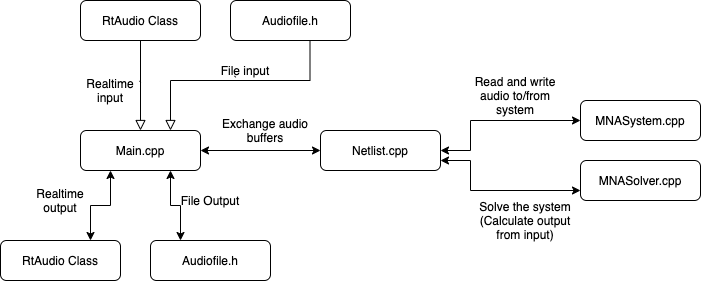
Earlier version of the draw.io export CSD2c/AudioFlow.png (timothyschoen/CSD2). Source tidied: cells renumbered, new cells last; positions are measured from the earlier drawing's top-left corner, leaving out a move shared by most shapes.
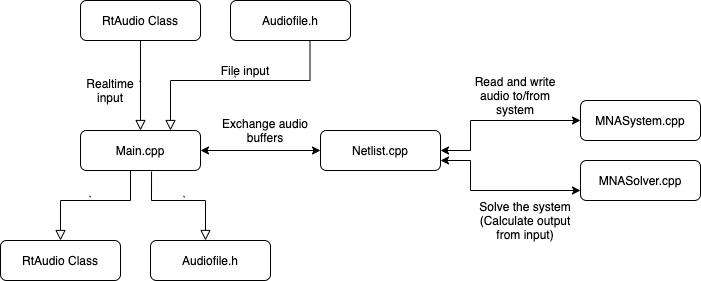
The same diagram one commit later.

Diff of the diagram source:
```diff
@@ -8,12 +8,6 @@
     <mxCell id="3" value="RtAudio Class" style="rounded=1;whiteSpace=wrap;html=1;fontSize=12;glass=0;strokeWidth=1;shadow=0;" parent="1" vertex="1">
       <mxGeometry x="80" width="120" height="40" as="geometry" />
     </mxCell>
-    <mxCell id="4" style="edgeStyle=orthogonalEdgeStyle;rounded=0;jettySize=auto;html=1;exitX=0.25;exitY=1;exitDx=0;exitDy=0;entryX=0.75;entryY=0;entryDx=0;entryDy=0;startArrow=classic;startFill=1;" parent="1" edge="1" source="6" target="9">
-      <mxGeometry relative="1" as="geometry" />
-    </mxCell>
-    <mxCell id="5" style="edgeStyle=orthogonalEdgeStyle;rounded=0;jettySize=auto;html=1;exitX=0.75;exitY=1;exitDx=0;exitDy=0;entryX=0.25;entryY=0;entryDx=0;entryDy=0;startArrow=classic;startFill=1;" parent="1" edge="1" source="6" target="10">
-      <mxGeometry relative="1" as="geometry" />
-    </mxCell>
     <mxCell id="6" value="Main.cpp" style="rounded=1;whiteSpace=wrap;html=1;fontSize=12;glass=0;strokeWidth=1;shadow=0;" parent="1" vertex="1">
       <mxGeometry x="80" y="130" width="120" height="40" as="geometry" />
     </mxCell>
@@ -78,11 +72,23 @@
     <mxCell id="21" value="File input" style="text;html=1;strokeColor=none;fillColor=none;align=center;verticalAlign=middle;whiteSpace=wrap;rounded=0;" parent="1" vertex="1">
       <mxGeometry x="210" y="60" width="70" height="20" as="geometry" />
     </mxCell>
-    <mxCell id="22" value="File Output" style="text;html=1;strokeColor=none;fillColor=none;align=center;verticalAlign=middle;whiteSpace=wrap;rounded=0;" parent="1" vertex="1">
-      <mxGeometry x="175" y="190" width="70" height="20" as="geometry" />
-    </mxCell>
-    <mxCell id="23" value="Realtime output" style="text;html=1;strokeColor=none;fillColor=none;align=center;verticalAlign=middle;whiteSpace=wrap;rounded=0;" parent="1" vertex="1">
-      <mxGeometry x="40" y="190" width="40" height="20" as="geometry" />
-    </mxCell>
+    <mxCell id="24" value="`" style="rounded=0;html=1;jettySize=auto;fontSize=11;endArrow=block;endFill=0;endSize=8;strokeWidth=1;shadow=0;labelBackgroundColor=none;edgeStyle=orthogonalEdgeStyle;entryX=0.5;entryY=0;entryDx=0;entryDy=0;" parent="1" edge="1" target="9">
+      <mxGeometry relative="1" as="geometry">
+        <mxPoint x="130" y="170" as="sourcePoint" />
+        <Array as="points">
+          <mxPoint x="130" y="200" />
+          <mxPoint x="60" y="200" />
+        </Array>
+      </mxGeometry>
+    </mxCell>
+    <mxCell id="25" value="`" style="rounded=0;html=1;jettySize=auto;fontSize=11;endArrow=block;endFill=0;endSize=8;strokeWidth=1;shadow=0;labelBackgroundColor=none;edgeStyle=orthogonalEdgeStyle;exitX=0.592;exitY=1.025;exitDx=0;exitDy=0;exitPerimeter=0;" parent="1" edge="1" source="6">
+      <mxGeometry relative="1" as="geometry">
+        <mxPoint x="205" y="240" as="targetPoint" />
+        <Array as="points">
+          <mxPoint x="151" y="200" />
+          <mxPoint x="205" y="200" />
+        </Array>
+      </mxGeometry>
+    </mxCell>
   </root>
 </mxGraphModel>
```
